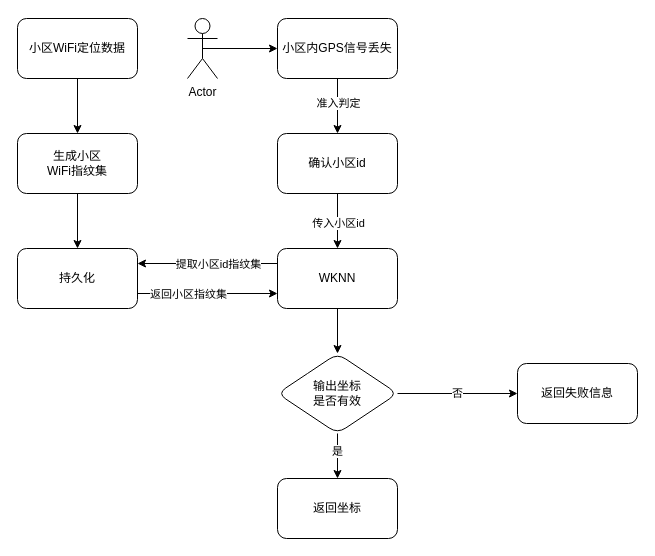
This is 未命名绘图.drawio from TimTigger/learngit, a draw.io file, before an edit. Source tidied: cells renumbered, new cells numbered last; positions are measured from the earlier drawing's top-left corner, leaving out a move shared by most shapes. Both pictures are drawn from the tidied source at 100%, with x=0, y=0 at pixel (17, 18).
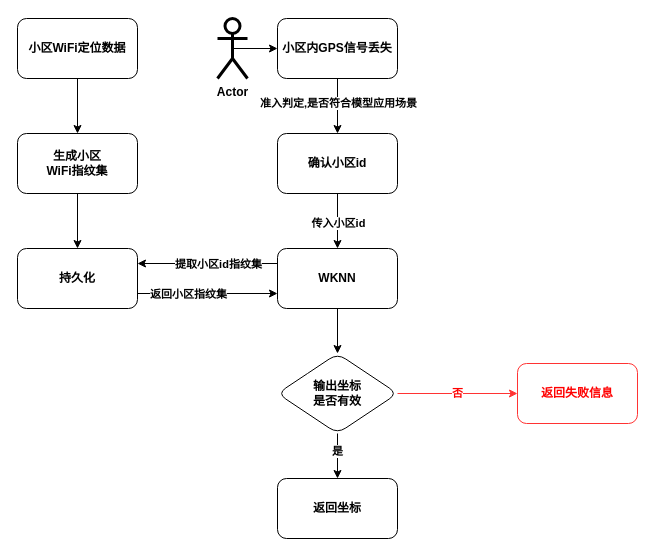
The same diagram, later.

Commit message (it also covers changes not shown here):
更新未命名绘图.drawio

Change to the diagram source:
```diff
@@
-    <mxCell id="2" style="edgeStyle=orthogonalEdgeStyle;rounded=0;jettySize=auto;html=1;entryX=0.5;entryY=0;entryDx=0;entryDy=0;" parent="1" edge="1" source="3" target="21">
+    <mxCell id="2" style="edgeStyle=orthogonalEdgeStyle;rounded=0;jettySize=auto;html=1;entryX=0.5;entryY=0;entryDx=0;entryDy=0;fontStyle=1;" parent="1" edge="1" source="3" target="21">
       <mxGeometry relative="1" as="geometry" />
     </mxCell>
-    <mxCell id="3" value="小区WiFi定位数据" style="rounded=1;whiteSpace=wrap;html=1;" parent="1" vertex="1">
+    <mxCell id="3" value="小区WiFi定位数据" style="rounded=1;whiteSpace=wrap;html=1;fontStyle=1;" parent="1" vertex="1">
       <mxGeometry width="120" height="60" as="geometry" />
     </mxCell>
-    <mxCell id="4" style="edgeStyle=orthogonalEdgeStyle;rounded=0;jettySize=auto;html=1;entryX=0.5;entryY=0;entryDx=0;entryDy=0;" parent="1" edge="1" source="6" target="19">
+    <mxCell id="4" style="edgeStyle=orthogonalEdgeStyle;rounded=0;jettySize=auto;html=1;entryX=0.5;entryY=0;entryDx=0;entryDy=0;fontStyle=1;" parent="1" edge="1" source="6" target="19">
       <mxGeometry relative="1" as="geometry" />
     </mxCell>
-    <mxCell id="5" value="传入小区id" style="edgeLabel;html=1;align=center;verticalAlign=middle;" parent="4" vertex="1">
+    <mxCell id="5" value="传入小区id" style="edgeLabel;html=1;align=center;verticalAlign=middle;fontStyle=1;" parent="4" vertex="1">
       <mxGeometry x="-0.29" y="-1" relative="1" as="geometry">
         <mxPoint x="1" y="9" as="offset" />
       </mxGeometry>
     </mxCell>
-    <mxCell id="6" value="确认小区id" style="whiteSpace=wrap;html=1;rounded=1;" parent="1" vertex="1">
+    <mxCell id="6" value="确认小区id" style="whiteSpace=wrap;html=1;rounded=1;fontStyle=1;" parent="1" vertex="1">
       <mxGeometry x="260" y="115" width="120" height="60" as="geometry" />
     </mxCell>
-    <mxCell id="7" style="edgeStyle=orthogonalEdgeStyle;rounded=0;jettySize=auto;html=1;entryX=0;entryY=0.75;entryDx=0;entryDy=0;exitX=1;exitY=0.75;exitDx=0;exitDy=0;" parent="1" edge="1" source="9" target="19">
+    <mxCell id="7" style="edgeStyle=orthogonalEdgeStyle;rounded=0;jettySize=auto;html=1;entryX=0;entryY=0.75;entryDx=0;entryDy=0;exitX=1;exitY=0.75;exitDx=0;exitDy=0;fontStyle=1;" parent="1" edge="1" source="9" target="19">
       <mxGeometry relative="1" as="geometry" />
     </mxCell>
-    <mxCell id="8" value="返回小区指纹集" style="edgeLabel;html=1;align=center;verticalAlign=middle;" parent="7" vertex="1">
+    <mxCell id="8" value="返回小区指纹集" style="edgeLabel;html=1;align=center;verticalAlign=middle;fontStyle=1;" parent="7" vertex="1">
       <mxGeometry x="0.63" y="3" relative="1" as="geometry">
         <mxPoint x="-64" y="3" as="offset" />
       </mxGeometry>
     </mxCell>
-    <mxCell id="9" value="持久化" style="whiteSpace=wrap;html=1;rounded=1;" parent="1" vertex="1">
+    <mxCell id="9" value="持久化" style="whiteSpace=wrap;html=1;rounded=1;fontStyle=1;" parent="1" vertex="1">
       <mxGeometry y="230" width="120" height="60" as="geometry" />
     </mxCell>
-    <mxCell id="10" style="edgeStyle=orthogonalEdgeStyle;rounded=0;jettySize=auto;html=1;exitX=0.5;exitY=0.5;exitDx=0;exitDy=0;exitPerimeter=0;entryX=0;entryY=0.5;entryDx=0;entryDy=0;" parent="1" edge="1" source="11" target="14">
+    <mxCell id="10" style="edgeStyle=orthogonalEdgeStyle;rounded=0;jettySize=auto;html=1;exitX=0.5;exitY=0.5;exitDx=0;exitDy=0;exitPerimeter=0;entryX=0;entryY=0.5;entryDx=0;entryDy=0;fontStyle=1;" parent="1" edge="1" source="11" target="14">
       <mxGeometry relative="1" as="geometry" />
     </mxCell>
-    <mxCell id="11" value="Actor" style="shape=umlActor;verticalLabelPosition=bottom;verticalAlign=top;html=1;" parent="1" vertex="1">
-      <mxGeometry x="170" width="30" height="60" as="geometry" />
+    <mxCell id="11" value="Actor" style="shape=umlActor;verticalLabelPosition=bottom;verticalAlign=top;html=1;fontStyle=1;strokeWidth=3;" parent="1" vertex="1">
+      <mxGeometry x="200" width="30" height="60" as="geometry" />
     </mxCell>
-    <mxCell id="12" style="edgeStyle=orthogonalEdgeStyle;rounded=0;jettySize=auto;html=1;entryX=0.5;entryY=0;entryDx=0;entryDy=0;" parent="1" edge="1" source="14" target="6">
+    <mxCell id="12" style="edgeStyle=orthogonalEdgeStyle;rounded=0;jettySize=auto;html=1;entryX=0.5;entryY=0;entryDx=0;entryDy=0;fontStyle=1;" parent="1" edge="1" source="14" target="6">
       <mxGeometry relative="1" as="geometry" />
     </mxCell>
-    <mxCell id="13" value="准入判定" style="edgeLabel;html=1;align=center;verticalAlign=middle;" parent="12" vertex="1">
+    <mxCell id="13" value="准入判定,是否符合模型应用场景" style="edgeLabel;html=1;align=center;verticalAlign=middle;fontStyle=1;" parent="12" vertex="1">
       <mxGeometry x="-0.22" y="-3" relative="1" as="geometry">
         <mxPoint x="3" y="3" as="offset" />
       </mxGeometry>
     </mxCell>
-    <mxCell id="14" value="小区内GPS信号丢失" style="rounded=1;whiteSpace=wrap;html=1;" parent="1" vertex="1">
+    <mxCell id="14" value="小区内GPS信号丢失" style="rounded=1;whiteSpace=wrap;html=1;fontStyle=1;" parent="1" vertex="1">
       <mxGeometry x="260" width="120" height="60" as="geometry" />
     </mxCell>
-    <mxCell id="15" style="edgeStyle=orthogonalEdgeStyle;rounded=0;jettySize=auto;html=1;strokeColor=none;" parent="1" edge="1" target="14">
+    <mxCell id="15" style="edgeStyle=orthogonalEdgeStyle;rounded=0;jettySize=auto;html=1;strokeColor=none;fontStyle=1;" parent="1" edge="1" target="14">
       <mxGeometry relative="1" as="geometry">
         <mxPoint x="450" y="120" as="sourcePoint" />
       </mxGeometry>
     </mxCell>
-    <mxCell id="16" style="edgeStyle=orthogonalEdgeStyle;rounded=0;jettySize=auto;html=1;entryX=1;entryY=0.25;entryDx=0;entryDy=0;exitX=0;exitY=0.25;exitDx=0;exitDy=0;" parent="1" edge="1" source="19" target="9">
+    <mxCell id="16" style="edgeStyle=orthogonalEdgeStyle;rounded=0;jettySize=auto;html=1;entryX=1;entryY=0.25;entryDx=0;entryDy=0;exitX=0;exitY=0.25;exitDx=0;exitDy=0;fontStyle=1;" parent="1" edge="1" source="19" target="9">
       <mxGeometry relative="1" as="geometry" />
     </mxCell>
-    <mxCell id="17" value="提取小区id指纹集" style="edgeLabel;html=1;align=center;verticalAlign=middle;" parent="16" vertex="1">
+    <mxCell id="17" value="提取小区id指纹集" style="edgeLabel;html=1;align=center;verticalAlign=middle;fontStyle=1;" parent="16" vertex="1">
       <mxGeometry x="-0.16" relative="1" as="geometry">
         <mxPoint x="-1" as="offset" />
       </mxGeometry>
     </mxCell>
-    <mxCell id="18" style="edgeStyle=orthogonalEdgeStyle;rounded=0;jettySize=auto;html=1;" parent="1" edge="1" source="19" target="26">
+    <mxCell id="18" style="edgeStyle=orthogonalEdgeStyle;rounded=0;jettySize=auto;html=1;fontStyle=1;" parent="1" edge="1" source="19" target="26">
       <mxGeometry relative="1" as="geometry" />
     </mxCell>
-    <mxCell id="19" value="WKNN" style="whiteSpace=wrap;html=1;rounded=1;" parent="1" vertex="1">
+    <mxCell id="19" value="WKNN" style="whiteSpace=wrap;html=1;rounded=1;fontStyle=1;" parent="1" vertex="1">
       <mxGeometry x="260" y="230" width="120" height="60" as="geometry" />
     </mxCell>
-    <mxCell id="20" style="edgeStyle=orthogonalEdgeStyle;rounded=0;jettySize=auto;html=1;entryX=0.5;entryY=0;entryDx=0;entryDy=0;" parent="1" edge="1" source="21" target="9">
+    <mxCell id="20" style="edgeStyle=orthogonalEdgeStyle;rounded=0;jettySize=auto;html=1;entryX=0.5;entryY=0;entryDx=0;entryDy=0;fontStyle=1;" parent="1" edge="1" source="21" target="9">
       <mxGeometry relative="1" as="geometry" />
     </mxCell>
-    <mxCell id="21" value="生成小区&lt;br&gt;WiFi指纹集" style="whiteSpace=wrap;html=1;rounded=1;" parent="1" vertex="1">
+    <mxCell id="21" value="生成小区&lt;br&gt;WiFi指纹集" style="whiteSpace=wrap;html=1;rounded=1;fontStyle=1;" parent="1" vertex="1">
       <mxGeometry y="115" width="120" height="60" as="geometry" />
     </mxCell>
-    <mxCell id="22" style="edgeStyle=orthogonalEdgeStyle;rounded=0;jettySize=auto;html=1;" parent="1" edge="1" source="26" target="27">
+    <mxCell id="22" style="edgeStyle=orthogonalEdgeStyle;rounded=0;jettySize=auto;html=1;fontStyle=1;" parent="1" edge="1" source="26" target="27">
       <mxGeometry relative="1" as="geometry" />
     </mxCell>
-    <mxCell id="23" value="是" style="edgeLabel;html=1;align=center;verticalAlign=middle;" parent="22" vertex="1">
+    <mxCell id="23" value="是" style="edgeLabel;html=1;align=center;verticalAlign=middle;fontStyle=1;" parent="22" vertex="1">
       <mxGeometry x="-0.25" y="-1" relative="1" as="geometry" />
     </mxCell>
-    <mxCell id="24" style="edgeStyle=orthogonalEdgeStyle;rounded=0;jettySize=auto;html=1;" parent="1" edge="1" source="26" target="28">
+    <mxCell id="24" style="edgeStyle=orthogonalEdgeStyle;rounded=0;jettySize=auto;html=1;fontStyle=1;fontColor=#FF0000;strokeColor=#FF3333;" parent="1" edge="1" source="26" target="28">
       <mxGeometry relative="1" as="geometry" />
     </mxCell>
-    <mxCell id="25" value="否" style="edgeLabel;html=1;align=center;verticalAlign=middle;" parent="24" vertex="1">
+    <mxCell id="25" value="否" style="edgeLabel;html=1;align=center;verticalAlign=middle;fontStyle=1;fontColor=#FF0000;" parent="24" vertex="1">
       <mxGeometry x="-0.02" y="1" relative="1" as="geometry" />
     </mxCell>
-    <mxCell id="26" value="输出坐标&lt;br&gt;是否有效" style="rhombus;whiteSpace=wrap;html=1;rounded=1;" parent="1" vertex="1">
+    <mxCell id="26" value="输出坐标&lt;br&gt;是否有效" style="rhombus;whiteSpace=wrap;html=1;rounded=1;fontStyle=1;" parent="1" vertex="1">
       <mxGeometry x="260" y="335" width="120" height="80" as="geometry" />
     </mxCell>
-    <mxCell id="27" value="返回坐标" style="whiteSpace=wrap;html=1;rounded=1;" parent="1" vertex="1">
+    <mxCell id="27" value="返回坐标" style="whiteSpace=wrap;html=1;rounded=1;fontStyle=1;" parent="1" vertex="1">
       <mxGeometry x="260" y="460" width="120" height="60" as="geometry" />
     </mxCell>
-    <mxCell id="28" value="返回失败信息" style="whiteSpace=wrap;html=1;rounded=1;" parent="1" vertex="1">
+    <mxCell id="28" value="返回失败信息" style="whiteSpace=wrap;html=1;rounded=1;fontStyle=1;fontColor=#FF0000;strokeColor=#FF3333;" parent="1" vertex="1">
       <mxGeometry x="500" y="345" width="120" height="60" as="geometry" />
     </mxCell>
```
